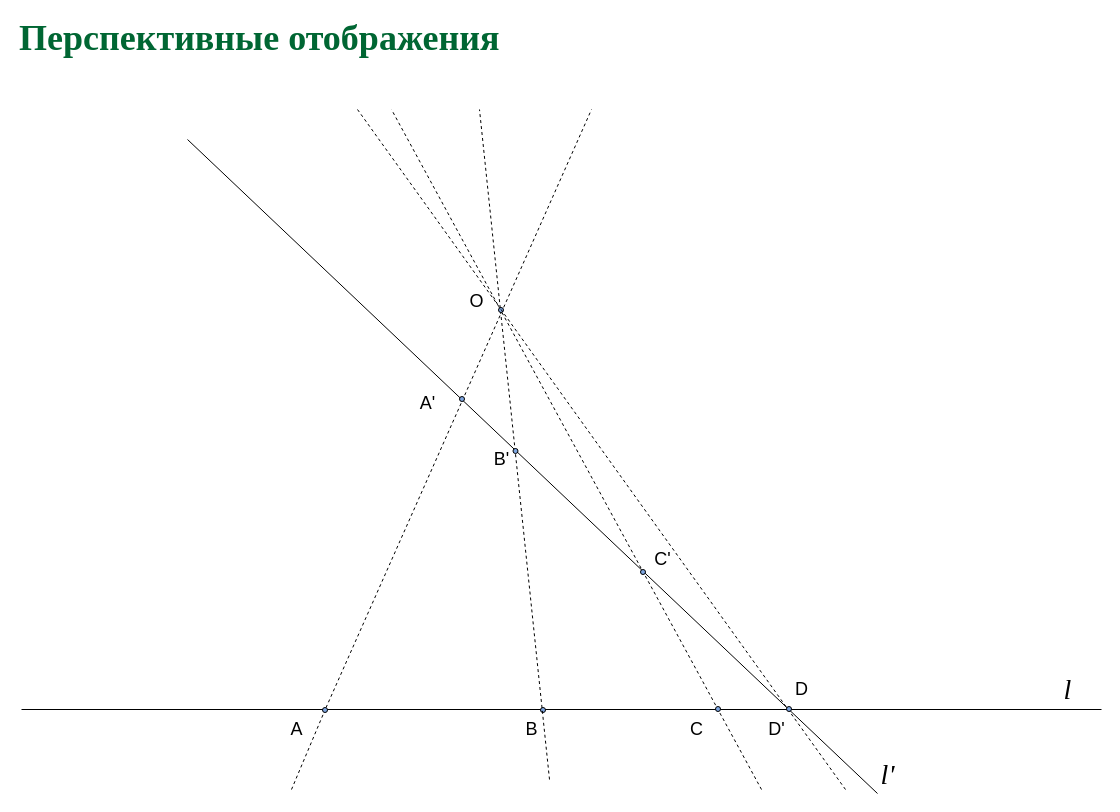
The draw.io diagram page "p03" (3 of 6) of slides/proj_mapp.drawio in amcp-pit/geom_course, before the edit. Source tidied: cells renumbered, new cells numbered last; positions are measured from the earlier drawing's top-left corner, leaving out a move shared by most shapes. Both pictures are drawn from the tidied source at 100%, with x=0, y=0 at pixel (17, 28).
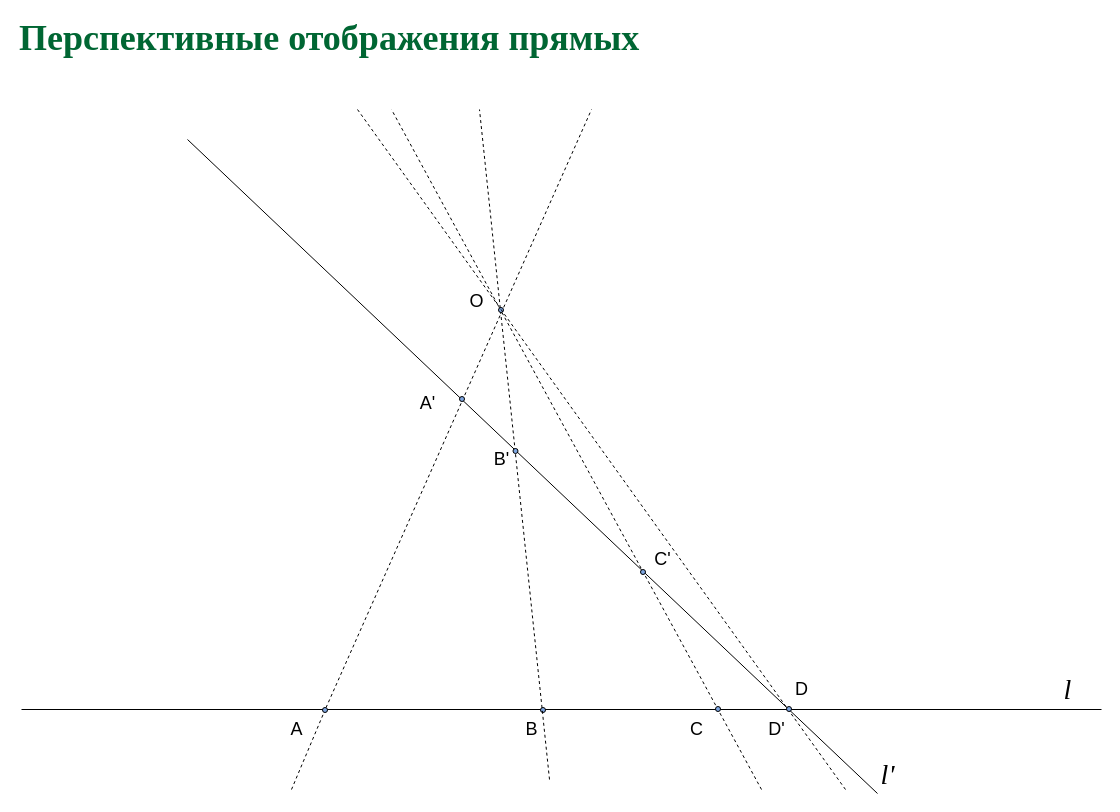
The same page after the edit.

The edit, as a diff of the source:
```diff
@@
-    <mxCell id="2" value="&lt;font color=&quot;#006633&quot; face=&quot;garamond&quot;&gt;&lt;span style=&quot;font-size: 36px&quot;&gt;&lt;b&gt;Перспективные отображения&lt;/b&gt;&lt;/span&gt;&lt;/font&gt;" style="text;html=1;align=left;verticalAlign=middle;whiteSpace=wrap;rounded=0;" parent="1" vertex="1">
+    <mxCell id="2" value="&lt;font color=&quot;#006633&quot; face=&quot;garamond&quot;&gt;&lt;span style=&quot;font-size: 36px&quot;&gt;&lt;b&gt;Перспективные отображения прямых&lt;/b&gt;&lt;/span&gt;&lt;/font&gt;" style="text;html=1;align=left;verticalAlign=middle;whiteSpace=wrap;rounded=0;" parent="1" vertex="1">
       <mxGeometry width="920" height="20" as="geometry" />
     </mxCell>
```
